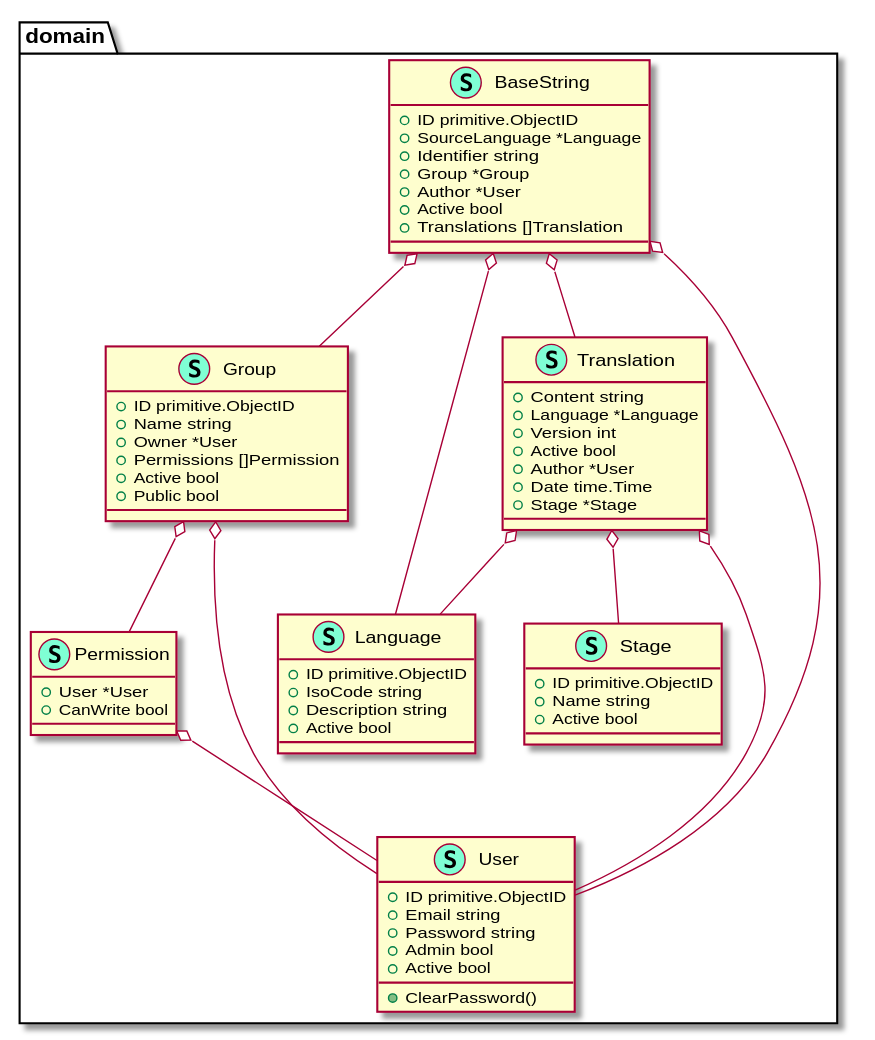
The PlantUML diagram backend/assets/dist/UmlDiagram.svg in cafeteru/LocalizeMe, before a commit.
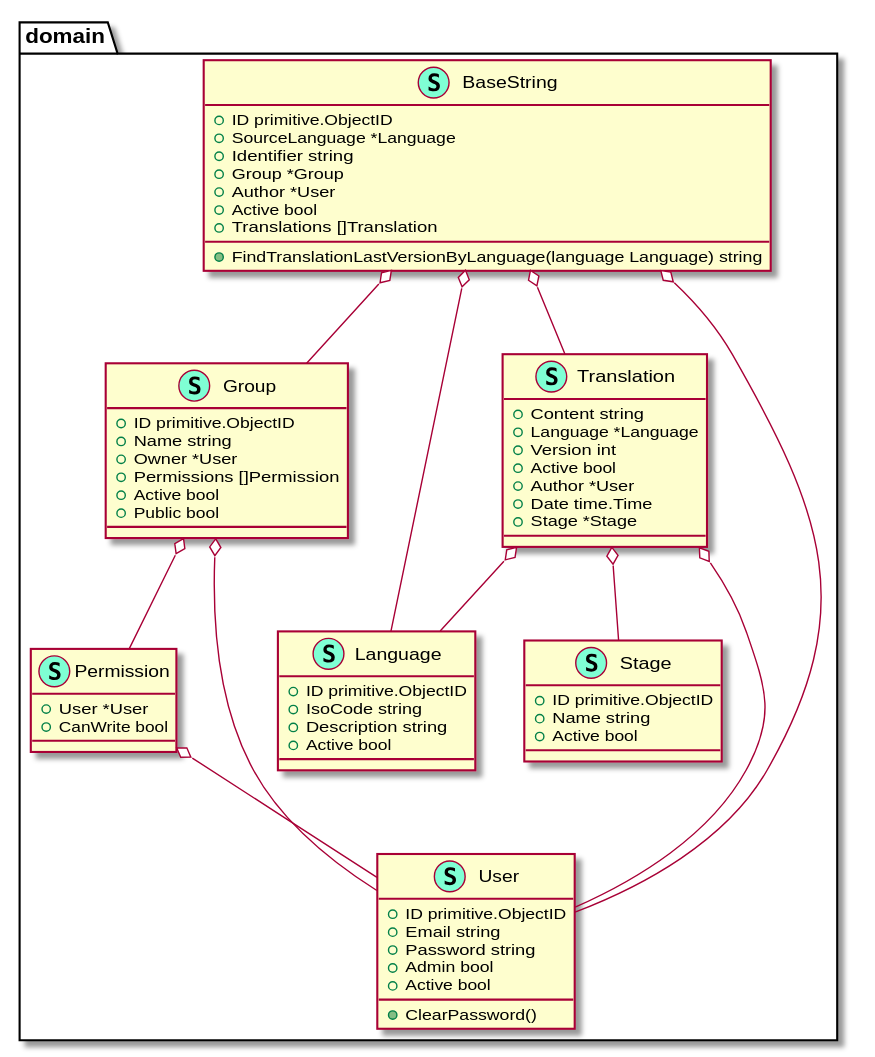
The same diagram one commit later.

Diff of the diagram source:
```diff
@@ -8,6 +8,8 @@
         + Author *User
         + Active bool
         + Translations []Translation
+
+        + FindTranslationLastVersionByLanguage(language Language) string
 
     }
     class Group << (S,Aquamarine) >> {
```
